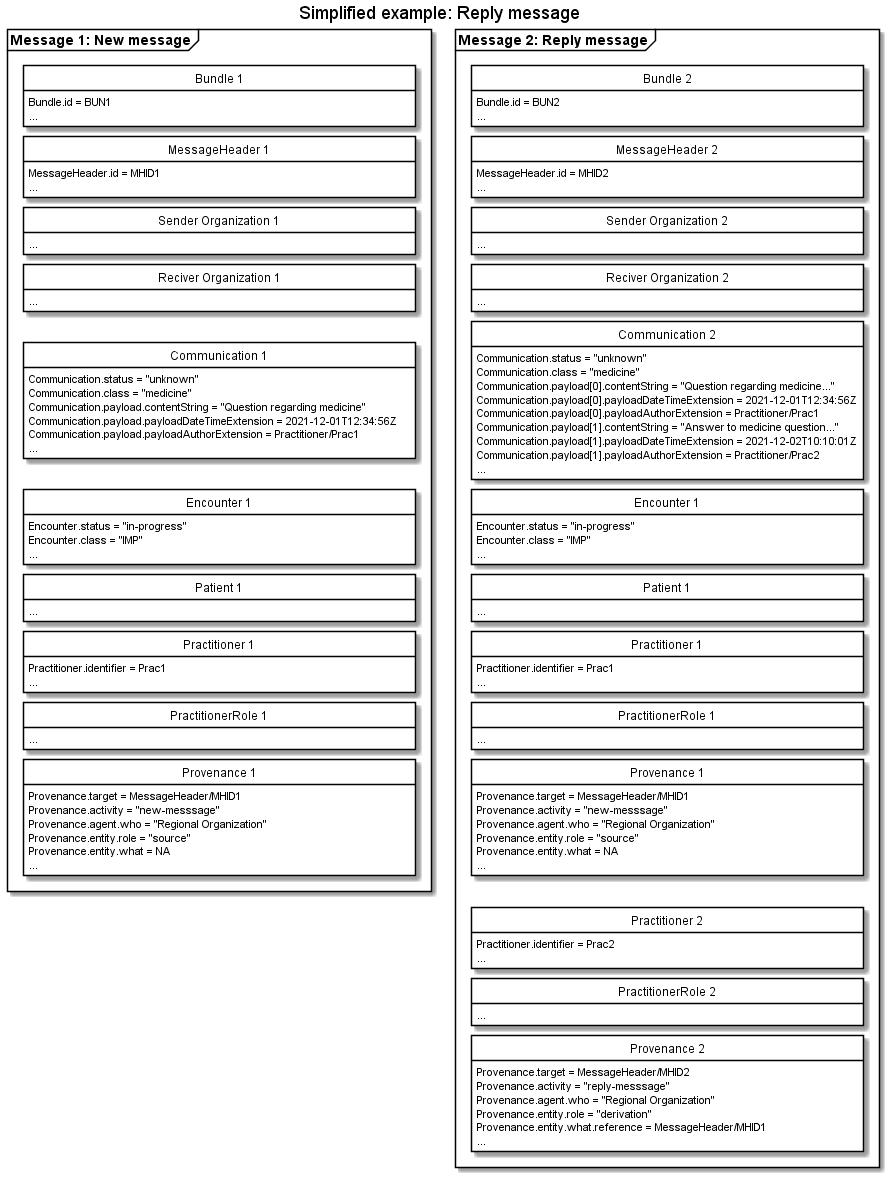
The PlantUML diagram input/images/carecommunication/CCReplyMessage.png in medcomdk/dk-medcom-carecommunication, before a commit. Source of this version:
```plantuml
@startuml CCReplyMessage

skinparam class {
    BackgroundColor White
    BorderColor Black
    ArrowColor Black
  }
hide circle
hide empty members
skinparam SameClassWidth true
skinparam Ranksep 10


title Simplified example: Reply message

package "Message 1: New message" as new <<Frame>>{
    class "Bundle 1" as newB {
        Bundle.id = BUN1
        ...
    }
    class "MessageHeader 1" as newMH{
        MessageHeader.id = MHID1
        ...
    }
    class "Sender Organization 1" as newSOrg{
        ...
    }
    class "Reciver Organization 1" as newROrg{
        ...
    }
    class "Communication 1" as newCom{
        Communication.status = "unknown"
        Communication.class = "medicine"
        Communication.payload.contentString = "Question regarding medicine"
        Communication.payload.payloadDateTimeExtension = 2021-12-01T12:34:56Z
        Communication.payload.payloadAuthorExtension = Practitioner/Prac1
        ...
    }
    class "Encounter 1" as newENC{
        Encounter.status = "in-progress"
        Encounter.class = "IMP"
        ...
    }
    class "Patient 1" as newPT{
        ...
    }
    class "Practitioner 1" as newPrac{
        Practitioner.identifier = Prac1
        ...
    }
    class "PractitionerRole 1" as newPracR{
        ...
    }
    class "Provenance 1" as newPRO{
        Provenance.target = MessageHeader/MHID1
        Provenance.activity = "new-messsage"
        Provenance.agent.who = "Regional Organization"
        Provenance.entity.role = "source"
        Provenance.entity.what = NA
        ...
    }

newB -[hidden]- newMH
newMH -[hidden]- newSOrg
newSOrg-[hidden]-newROrg
newROrg-[hidden]-newCom
newCom -[hidden]- newENC
newENC-[hidden]-newPT
newPT-[hidden]-newPrac
newPrac-[hidden]-newPracR
newPracR-[hidden]-newPRO



}

package "Message 2: Reply message" as reply <<Frame>>{
    class "Bundle 2" as replyB {
        Bundle.id = BUN2
        ...
    }
    class "MessageHeader 2" as replyMH{
        MessageHeader.id = MHID2
        ...
    }
    class "Sender Organization 2" as replySOrg{
        ...
    }
    class "Reciver Organization 2" as replyROrg{
        ...
    }
    class "Communication 2" as newreplyCom{
        Communication.status = "unknown"
        Communication.class = "medicine"
        Communication.payload[0].contentString = "Question regarding medicine..."
        Communication.payload[0].payloadDateTimeExtension = 2021-12-01T12:34:56Z
        Communication.payload[0].payloadAuthorExtension = Practitioner/Prac1
        Communication.payload[1].contentString = "Answer to medicine question..."
        Communication.payload[1].payloadDateTimeExtension = 2021-12-02T10:10:01Z
        Communication.payload[1].payloadAuthorExtension = Practitioner/Prac2
        ...
    }
    class "Encounter 1" as newreplyENC{
        Encounter.status = "in-progress"
        Encounter.class = "IMP"
        ...
    }
    class "Patient 1" as newreplyPT{
        ...
    }
    class "Practitioner 1" as newreplyPrac{
        Practitioner.identifier = Prac1
        ...
    }
    class "PractitionerRole 1" as newreplyPracR{
        ...
    }
    class "Provenance 1" as newreplyPRO{
        Provenance.target = MessageHeader/MHID1
        Provenance.activity = "new-messsage"
        Provenance.agent.who = "Regional Organization"
        Provenance.entity.role = "source"
        Provenance.entity.what = NA
        ...
    }
    class "Practitioner 2" as replyPrac{
        Practitioner.identifier = Prac2
        ...
    }
    class "PractitionerRole 2" as replyPracR{
        ...
    }
    class "Provenance 2" as replyPRO{
        Provenance.target = MessageHeader/MHID2
        Provenance.activity = "reply-messsage"
        Provenance.agent.who = "Regional Organization"
        Provenance.entity.role = "derivation"
        Provenance.entity.what.reference = MessageHeader/MHID1
        ...
    }

replyB -[hidden]- replyMH
replyMH -[hidden]- replySOrg
replySOrg-[hidden]-replyROrg
replyROrg-[hidden]-newreplyCom
newreplyCom -[hidden]- newreplyENC
newreplyENC-[hidden]-newreplyPT
newreplyPT-[hidden]-newreplyPrac
newreplyPrac-[hidden]-newreplyPracR
newreplyPracR-[hidden]-newreplyPRO
newreplyPRO-[hidden]-replyPrac
replyPrac-[hidden]-replyPracR
replyPracR-[hidden]-replyPRO



}



@enduml
```
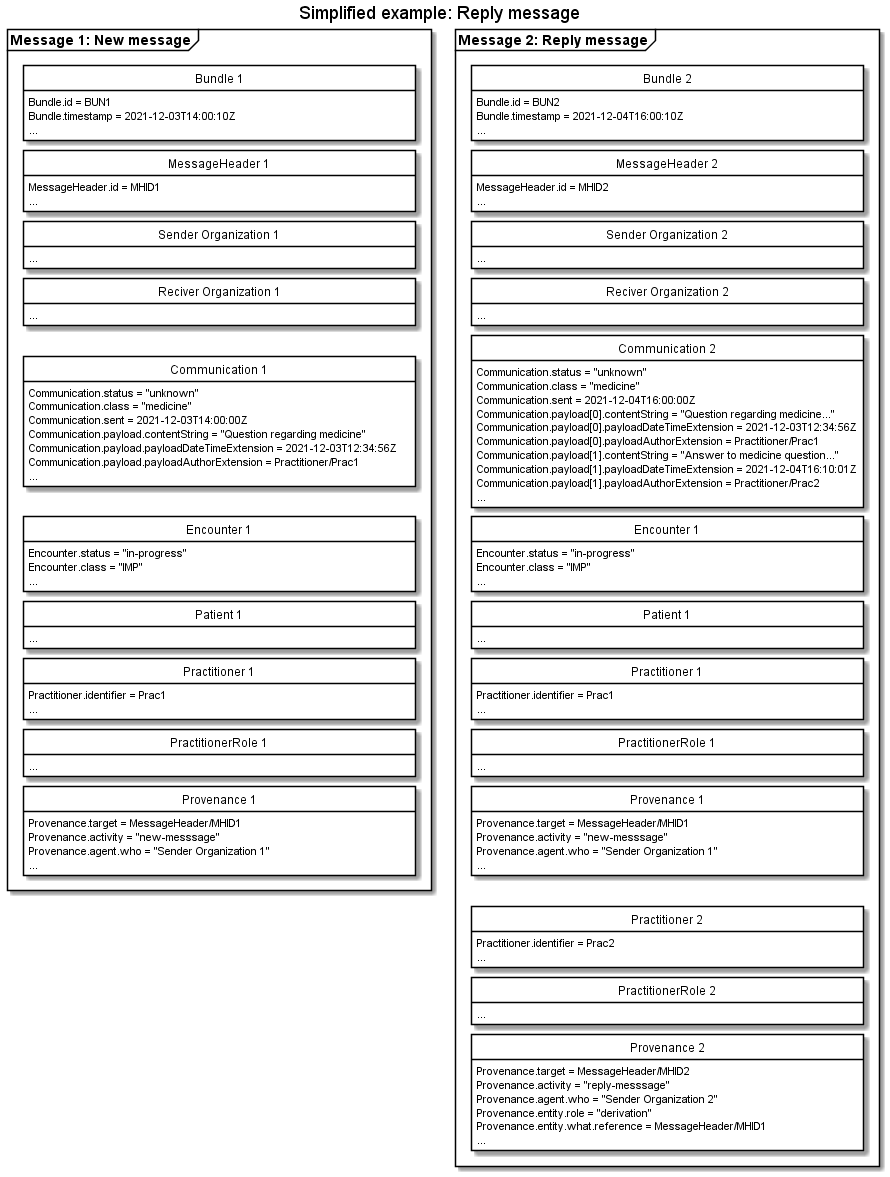
The same diagram one commit later.

The edit, as a diff of the source:
```diff
@@ -16,6 +16,7 @@
 package "Message 1: New message" as new <<Frame>>{
     class "Bundle 1" as newB {
         Bundle.id = BUN1
+        Bundle.timestamp = 2021-12-03T14:00:10Z
         ...
     }
     class "MessageHeader 1" as newMH{
@@ -31,8 +32,9 @@
     class "Communication 1" as newCom{
         Communication.status = "unknown"
         Communication.class = "medicine"
+        Communication.sent = 2021-12-03T14:00:00Z
         Communication.payload.contentString = "Question regarding medicine"
-        Communication.payload.payloadDateTimeExtension = 2021-12-01T12:34:56Z
+        Communication.payload.payloadDateTimeExtension = 2021-12-03T12:34:56Z
         Communication.payload.payloadAuthorExtension = Practitioner/Prac1
         ...
     }
@@ -54,9 +56,7 @@
     class "Provenance 1" as newPRO{
         Provenance.target = MessageHeader/MHID1
         Provenance.activity = "new-messsage"
-        Provenance.agent.who = "Regional Organization"
-        Provenance.entity.role = "source"
-        Provenance.entity.what = NA
+        Provenance.agent.who = "Sender Organization 1"
         ...
     }
 
@@ -77,6 +77,7 @@
 package "Message 2: Reply message" as reply <<Frame>>{
     class "Bundle 2" as replyB {
         Bundle.id = BUN2
+        Bundle.timestamp = 2021-12-04T16:00:10Z
         ...
     }
     class "MessageHeader 2" as replyMH{
@@ -92,11 +93,12 @@
     class "Communication 2" as newreplyCom{
         Communication.status = "unknown"
         Communication.class = "medicine"
+        Communication.sent = 2021-12-04T16:00:00Z
         Communication.payload[0].contentString = "Question regarding medicine..."
-        Communication.payload[0].payloadDateTimeExtension = 2021-12-01T12:34:56Z
+        Communication.payload[0].payloadDateTimeExtension = 2021-12-03T12:34:56Z
         Communication.payload[0].payloadAuthorExtension = Practitioner/Prac1
         Communication.payload[1].contentString = "Answer to medicine question..."
-        Communication.payload[1].payloadDateTimeExtension = 2021-12-02T10:10:01Z
+        Communication.payload[1].payloadDateTimeExtension = 2021-12-04T16:10:01Z
         Communication.payload[1].payloadAuthorExtension = Practitioner/Prac2
         ...
     }
@@ -118,9 +120,7 @@
     class "Provenance 1" as newreplyPRO{
         Provenance.target = MessageHeader/MHID1
         Provenance.activity = "new-messsage"
-        Provenance.agent.who = "Regional Organization"
-        Provenance.entity.role = "source"
-        Provenance.entity.what = NA
+        Provenance.agent.who = "Sender Organization 1"
         ...
     }
     class "Practitioner 2" as replyPrac{
@@ -133,7 +133,7 @@
     class "Provenance 2" as replyPRO{
         Provenance.target = MessageHeader/MHID2
         Provenance.activity = "reply-messsage"
-        Provenance.agent.who = "Regional Organization"
+        Provenance.agent.who = "Sender Organization 2"
         Provenance.entity.role = "derivation"
         Provenance.entity.what.reference = MessageHeader/MHID1
         ...
```
